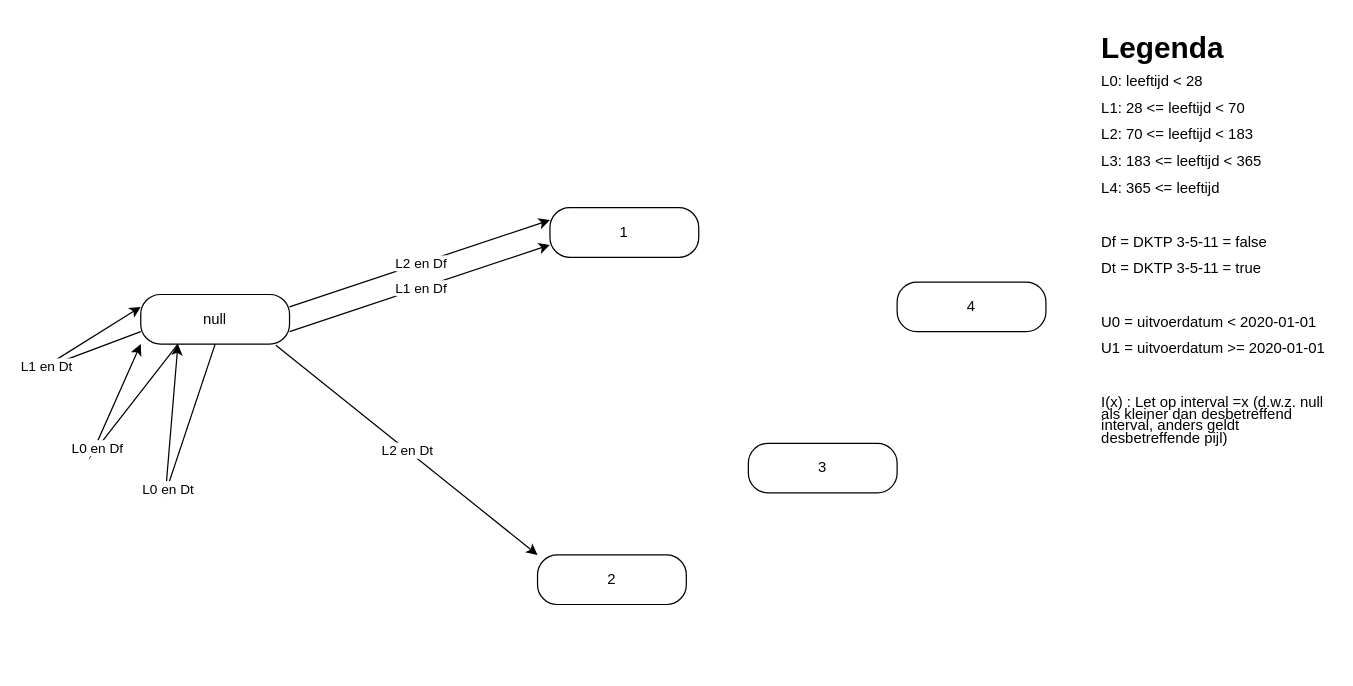
Before: HiBValidatie.drawio in hanjoosten/drawio-github, a draw.io diagram. Source tidied: cells renumbered, new cells numbered last; positions are measured from the earlier drawing's top-left corner, leaving out a move shared by most shapes. Both pictures are drawn from the tidied source at 124%, with x=0, y=0 at pixel (41, 33).
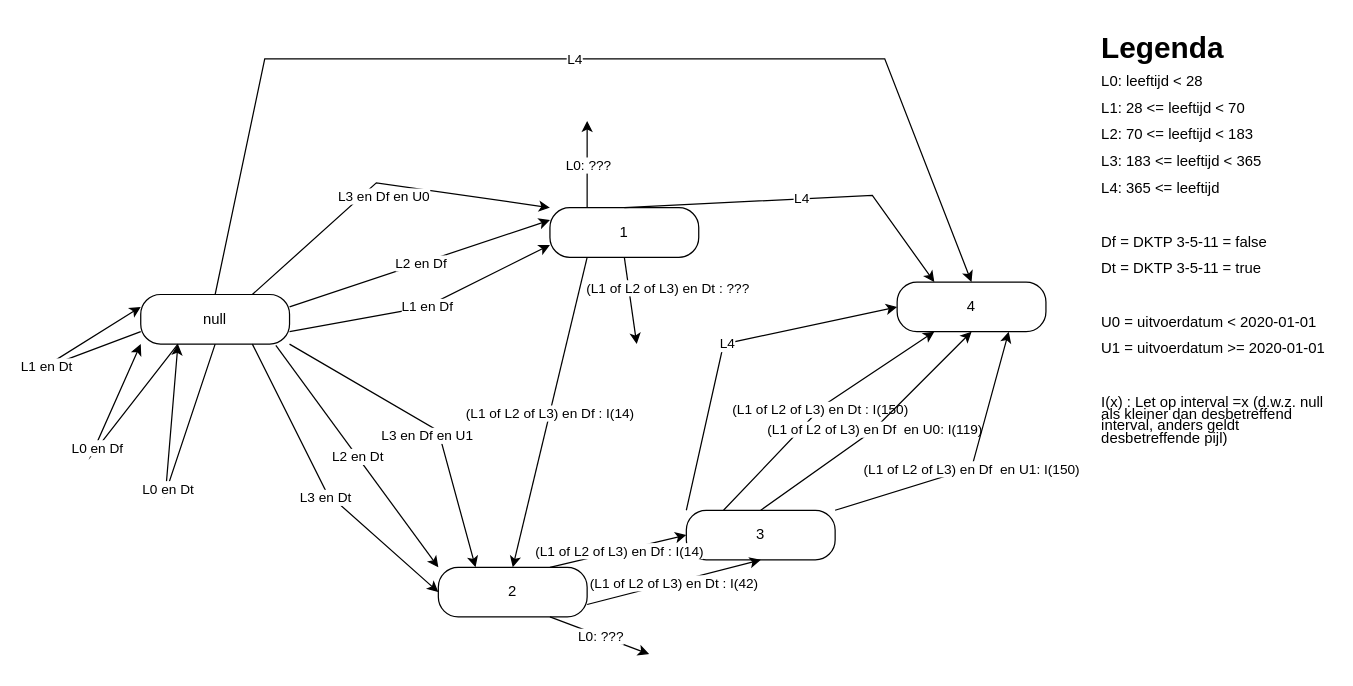
The same diagram, later.

The change refers to these unchanged cells:
```xml
<mxCell id="2" value="null" style="rounded=1;whiteSpace=wrap;html=1;arcSize=40;labelBackgroundColor=none;" parent="1" vertex="1">
  <mxGeometry x="80" y="210" width="120" height="40" as="geometry" />
</mxCell>
<mxCell id="10" value="1" style="rounded=1;whiteSpace=wrap;html=1;arcSize=40;labelBackgroundColor=none;" parent="1" vertex="1">
  <mxGeometry x="410" y="140" width="120" height="40" as="geometry" />
</mxCell>
<mxCell id="13" value="4" style="rounded=1;whiteSpace=wrap;html=1;arcSize=40;labelBackgroundColor=none;" parent="1" vertex="1">
  <mxGeometry x="690" y="200" width="120" height="40" as="geometry" />
</mxCell>
```

Diff of the diagram source:
```diff
@@
     <mxCell id="11" value="2" style="rounded=1;whiteSpace=wrap;html=1;arcSize=40;labelBackgroundColor=none;" parent="1" vertex="1">
-      <mxGeometry x="400" y="420" width="120" height="40" as="geometry" />
+      <mxGeometry x="320" y="430" width="120" height="40" as="geometry" />
     </mxCell>
     <mxCell id="12" value="3" style="rounded=1;whiteSpace=wrap;html=1;arcSize=40;labelBackgroundColor=none;" parent="1" vertex="1">
-      <mxGeometry x="570" y="330" width="120" height="40" as="geometry" />
+      <mxGeometry x="520" y="384" width="120" height="40" as="geometry" />
     </mxCell>
@@
     <mxCell id="14" style="endArrow=classic;html=1;rounded=0;exitX=1;exitY=0.75;exitDx=0;exitDy=0;entryX=0;entryY=0.75;entryDx=0;entryDy=0;" parent="1" edge="1" source="2" target="10">
-      <mxGeometry relative="1" as="geometry" />
+      <mxGeometry relative="1" as="geometry">
+        <Array as="points">
+          <mxPoint x="310" y="220" />
+        </Array>
+      </mxGeometry>
     </mxCell>
@@
+    <mxCell id="20" style="endArrow=classic;html=1;rounded=0;exitX=0.75;exitY=1;exitDx=0;exitDy=0;entryX=0;entryY=0.5;entryDx=0;entryDy=0;" parent="1" edge="1" source="2" target="11">
+      <mxGeometry relative="1" as="geometry">
+        <Array as="points">
+          <mxPoint x="230" y="370" />
+        </Array>
+      </mxGeometry>
+    </mxCell>
+    <mxCell id="21" value="L3 en Dt" style="edgeLabel;html=1;align=center;verticalAlign=middle;" parent="20" vertex="1">
+      <mxGeometry relative="1" as="geometry">
+        <mxPoint x="2" y="10" as="offset" />
+      </mxGeometry>
+    </mxCell>
+    <mxCell id="22" style="endArrow=classic;html=1;rounded=0;exitX=0.75;exitY=0;exitDx=0;exitDy=0;entryX=0;entryY=0;entryDx=0;entryDy=0;" parent="1" edge="1" source="2" target="10">
+      <mxGeometry relative="1" as="geometry">
+        <Array as="points">
+          <mxPoint x="270" y="120" />
+        </Array>
+      </mxGeometry>
+    </mxCell>
+    <mxCell id="23" value="L3 en Df en U0" style="edgeLabel;html=1;align=center;verticalAlign=middle;" parent="22" vertex="1">
+      <mxGeometry relative="1" as="geometry">
+        <mxPoint x="2" y="10" as="offset" />
+      </mxGeometry>
+    </mxCell>
+    <mxCell id="24" style="endArrow=classic;html=1;rounded=0;exitX=1;exitY=1;exitDx=0;exitDy=0;entryX=0.25;entryY=0;entryDx=0;entryDy=0;" parent="1" edge="1" source="2" target="11">
+      <mxGeometry relative="1" as="geometry">
+        <Array as="points">
+          <mxPoint x="320" y="320" />
+        </Array>
+      </mxGeometry>
+    </mxCell>
+    <mxCell id="25" value="L3 en Df en U1" style="edgeLabel;html=1;align=center;verticalAlign=middle;" parent="24" vertex="1">
+      <mxGeometry relative="1" as="geometry">
+        <mxPoint x="2" y="10" as="offset" />
+      </mxGeometry>
+    </mxCell>
+    <mxCell id="26" style="endArrow=classic;html=1;rounded=0;entryX=0.5;entryY=0;entryDx=0;entryDy=0;exitX=0.5;exitY=0;exitDx=0;exitDy=0;" parent="1" edge="1" source="2" target="13">
+      <mxGeometry relative="1" as="geometry">
+        <Array as="points">
+          <mxPoint x="180" y="20" />
+          <mxPoint x="680" y="20" />
+        </Array>
+      </mxGeometry>
+    </mxCell>
+    <mxCell id="27" value="L4" style="edgeLabel;html=1;align=center;verticalAlign=middle;" parent="26" vertex="1">
+      <mxGeometry relative="1" as="geometry" />
+    </mxCell>
+    <mxCell id="28" style="endArrow=classic;html=1;rounded=0;entryX=0.25;entryY=0;entryDx=0;entryDy=0;exitX=0.5;exitY=0;exitDx=0;exitDy=0;" parent="1" edge="1" source="10" target="13">
+      <mxGeometry relative="1" as="geometry">
+        <Array as="points">
+          <mxPoint x="670" y="130" />
+        </Array>
+      </mxGeometry>
+    </mxCell>
+    <mxCell id="29" value="L4" style="edgeLabel;html=1;align=center;verticalAlign=middle;" parent="28" vertex="1">
+      <mxGeometry relative="1" as="geometry" />
+    </mxCell>
+    <mxCell id="30" style="endArrow=classic;html=1;rounded=0;exitX=0.25;exitY=1;exitDx=0;exitDy=0;entryX=0.5;entryY=0;entryDx=0;entryDy=0;" parent="1" edge="1" source="10" target="11">
+      <mxGeometry relative="1" as="geometry" />
+    </mxCell>
+    <mxCell id="31" value="(L1 of L2 of L3) en Df : I(14)" style="edgeLabel;html=1;align=center;verticalAlign=middle;" parent="30" vertex="1">
+      <mxGeometry relative="1" as="geometry" />
+    </mxCell>
+    <mxCell id="32" style="endArrow=classic;html=1;rounded=0;exitX=0.5;exitY=1;exitDx=0;exitDy=0;" parent="1" edge="1" source="10">
+      <mxGeometry relative="1" as="geometry">
+        <mxPoint x="480" y="250" as="targetPoint" />
+      </mxGeometry>
+    </mxCell>
+    <mxCell id="33" value="(L1 of L2 of L3) en Dt : ???" style="edgeLabel;html=1;align=center;verticalAlign=middle;" parent="32" vertex="1">
+      <mxGeometry relative="1" as="geometry">
+        <mxPoint x="30" y="-10" as="offset" />
+      </mxGeometry>
+    </mxCell>
+    <mxCell id="34" style="endArrow=classic;html=1;rounded=0;exitX=0.25;exitY=0;exitDx=0;exitDy=0;" parent="1" edge="1" source="10">
+      <mxGeometry relative="1" as="geometry">
+        <mxPoint x="440" y="70" as="targetPoint" />
+      </mxGeometry>
+    </mxCell>
+    <mxCell id="35" value="L0: ???" style="edgeLabel;html=1;align=center;verticalAlign=middle;" parent="34" vertex="1">
+      <mxGeometry relative="1" as="geometry" />
+    </mxCell>
+    <mxCell id="36" style="endArrow=classic;html=1;rounded=0;exitX=1;exitY=0.75;exitDx=0;exitDy=0;entryX=0.5;entryY=1;entryDx=0;entryDy=0;" parent="1" edge="1" source="11" target="12">
+      <mxGeometry relative="1" as="geometry" />
+    </mxCell>
+    <mxCell id="37" value="(L1 of L2 of L3) en Dt : I(42)" style="edgeLabel;html=1;align=center;verticalAlign=middle;" parent="36" vertex="1">
+      <mxGeometry relative="1" as="geometry" />
+    </mxCell>
+    <mxCell id="38" style="endArrow=classic;html=1;rounded=0;exitX=0.75;exitY=0;exitDx=0;exitDy=0;entryX=0;entryY=0.5;entryDx=0;entryDy=0;" parent="1" edge="1" source="11" target="12">
+      <mxGeometry relative="1" as="geometry" />
+    </mxCell>
+    <mxCell id="39" value="(L1 of L2 of L3) en Df : I(14)" style="edgeLabel;html=1;align=center;verticalAlign=middle;" parent="38" vertex="1">
+      <mxGeometry relative="1" as="geometry" />
+    </mxCell>
+    <mxCell id="40" style="endArrow=classic;html=1;rounded=0;exitX=0.75;exitY=1;exitDx=0;exitDy=0;" parent="1" edge="1" source="11">
+      <mxGeometry relative="1" as="geometry">
+        <mxPoint x="490" y="500" as="targetPoint" />
+      </mxGeometry>
+    </mxCell>
+    <mxCell id="41" value="L0: ???" style="edgeLabel;html=1;align=center;verticalAlign=middle;" parent="40" vertex="1">
+      <mxGeometry relative="1" as="geometry" />
+    </mxCell>
+    <mxCell id="42" style="endArrow=classic;html=1;rounded=0;exitX=0.25;exitY=0;exitDx=0;exitDy=0;entryX=0.25;entryY=1;entryDx=0;entryDy=0;" parent="1" edge="1" source="12" target="13">
+      <mxGeometry relative="1" as="geometry">
+        <Array as="points">
+          <mxPoint x="630" y="300" />
+        </Array>
+      </mxGeometry>
+    </mxCell>
+    <mxCell id="43" value="(L1 of L2 of L3) en Dt : I(150)" style="edgeLabel;html=1;align=center;verticalAlign=middle;" parent="42" vertex="1">
+      <mxGeometry relative="1" as="geometry" />
+    </mxCell>
+    <mxCell id="44" style="endArrow=classic;html=1;rounded=0;exitX=0.5;exitY=0;exitDx=0;exitDy=0;entryX=0.5;entryY=1;entryDx=0;entryDy=0;" parent="1" edge="1" source="12" target="13">
+      <mxGeometry relative="1" as="geometry">
+        <Array as="points">
+          <mxPoint x="670" y="320" />
+        </Array>
+      </mxGeometry>
+    </mxCell>
+    <mxCell id="45" value="(L1 of L2 of L3) en Df&amp;nbsp; en U0: I(119)" style="edgeLabel;html=1;align=center;verticalAlign=middle;" parent="44" vertex="1">
+      <mxGeometry relative="1" as="geometry" />
+    </mxCell>
+    <mxCell id="46" style="endArrow=classic;html=1;rounded=0;exitX=1;exitY=0;exitDx=0;exitDy=0;entryX=0.75;entryY=1;entryDx=0;entryDy=0;" parent="1" edge="1" source="12" target="13">
+      <mxGeometry relative="1" as="geometry">
+        <Array as="points">
+          <mxPoint x="750" y="350" />
+        </Array>
+      </mxGeometry>
+    </mxCell>
+    <mxCell id="47" value="(L1 of L2 of L3) en Df&amp;nbsp; en U1: I(150)" style="edgeLabel;html=1;align=center;verticalAlign=middle;" parent="46" vertex="1">
+      <mxGeometry relative="1" as="geometry" />
+    </mxCell>
+    <mxCell id="48" style="endArrow=classic;html=1;rounded=0;entryX=0;entryY=0.5;entryDx=0;entryDy=0;exitX=0;exitY=0;exitDx=0;exitDy=0;" parent="1" edge="1" source="12" target="13">
+      <mxGeometry relative="1" as="geometry">
+        <Array as="points">
+          <mxPoint x="550" y="250" />
+        </Array>
+      </mxGeometry>
+    </mxCell>
+    <mxCell id="49" value="L4" style="edgeLabel;html=1;align=center;verticalAlign=middle;" parent="48" vertex="1">
+      <mxGeometry relative="1" as="geometry" />
+    </mxCell>
```
